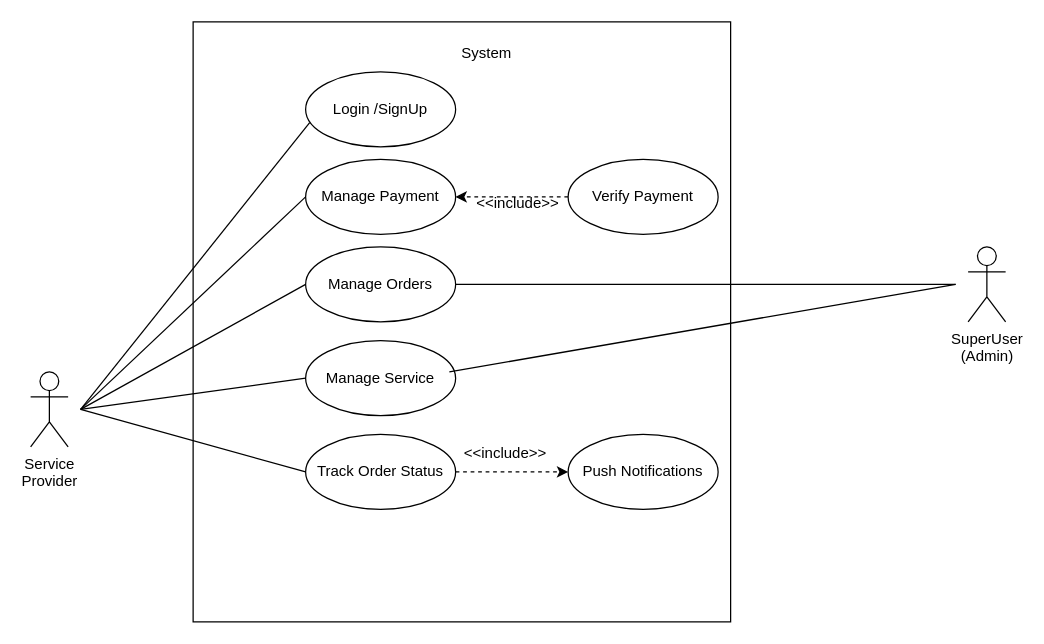
Before: Report/usecase diagram of serviceprovider.drawio in Pabitapun23/Instant-Sewa-Api, a draw.io diagram. Source tidied: cells renumbered, new cells numbered last; positions are measured from the earlier drawing's top-left corner, leaving out a move shared by most shapes. Both pictures are drawn from the tidied source at 125%, with x=0, y=0 at pixel (30, 21).
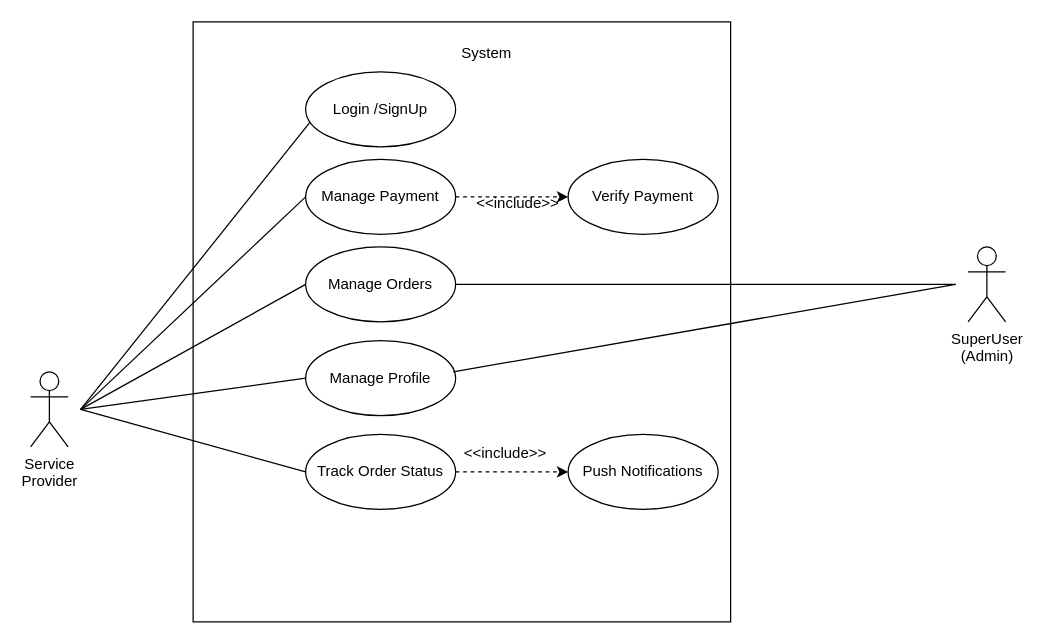
Above is the later version.

Unchanged cells that the change refers to:
```xml
<mxCell id="11" value="Manage Payment" style="ellipse;whiteSpace=wrap;html=1;" parent="1" vertex="1">
  <mxGeometry x="220" y="110" width="120" height="60" as="geometry" />
</mxCell>
<mxCell id="16" value="Verify Payment" style="ellipse;whiteSpace=wrap;html=1;" parent="1" vertex="1">
  <mxGeometry x="430" y="110" width="120" height="60" as="geometry" />
</mxCell>
```

The edit, as a diff of the source:
```diff
@@
-    <mxCell id="14" value="Manage Service" style="ellipse;whiteSpace=wrap;html=1;" parent="1" vertex="1">
+    <mxCell id="14" value="Manage Profile" style="ellipse;whiteSpace=wrap;html=1;" parent="1" vertex="1">
       <mxGeometry x="220" y="255" width="120" height="60" as="geometry" />
     </mxCell>
-    <mxCell id="15" style="edgeStyle=orthogonalEdgeStyle;rounded=0;jettySize=auto;html=1;dashed=1;" parent="1" edge="1" source="16" target="11">
+    <mxCell id="15" style="edgeStyle=orthogonalEdgeStyle;rounded=0;jettySize=auto;html=1;dashed=1;endArrow=classic;endFill=1;strokeColor=default;" parent="1" edge="1" source="11" target="16">
       <mxGeometry x="180" y="-20" as="geometry" />
     </mxCell>
@@
     <mxCell id="22" style="endArrow=none;html=1;rounded=0;" parent="1" edge="1">
       <mxGeometry relative="1" as="geometry">
-        <mxPoint x="335" y="280" as="sourcePoint" />
+        <mxPoint x="338" y="280" as="sourcePoint" />
         <mxPoint x="740" y="210" as="targetPoint" />
       </mxGeometry>
     </mxCell>
```
